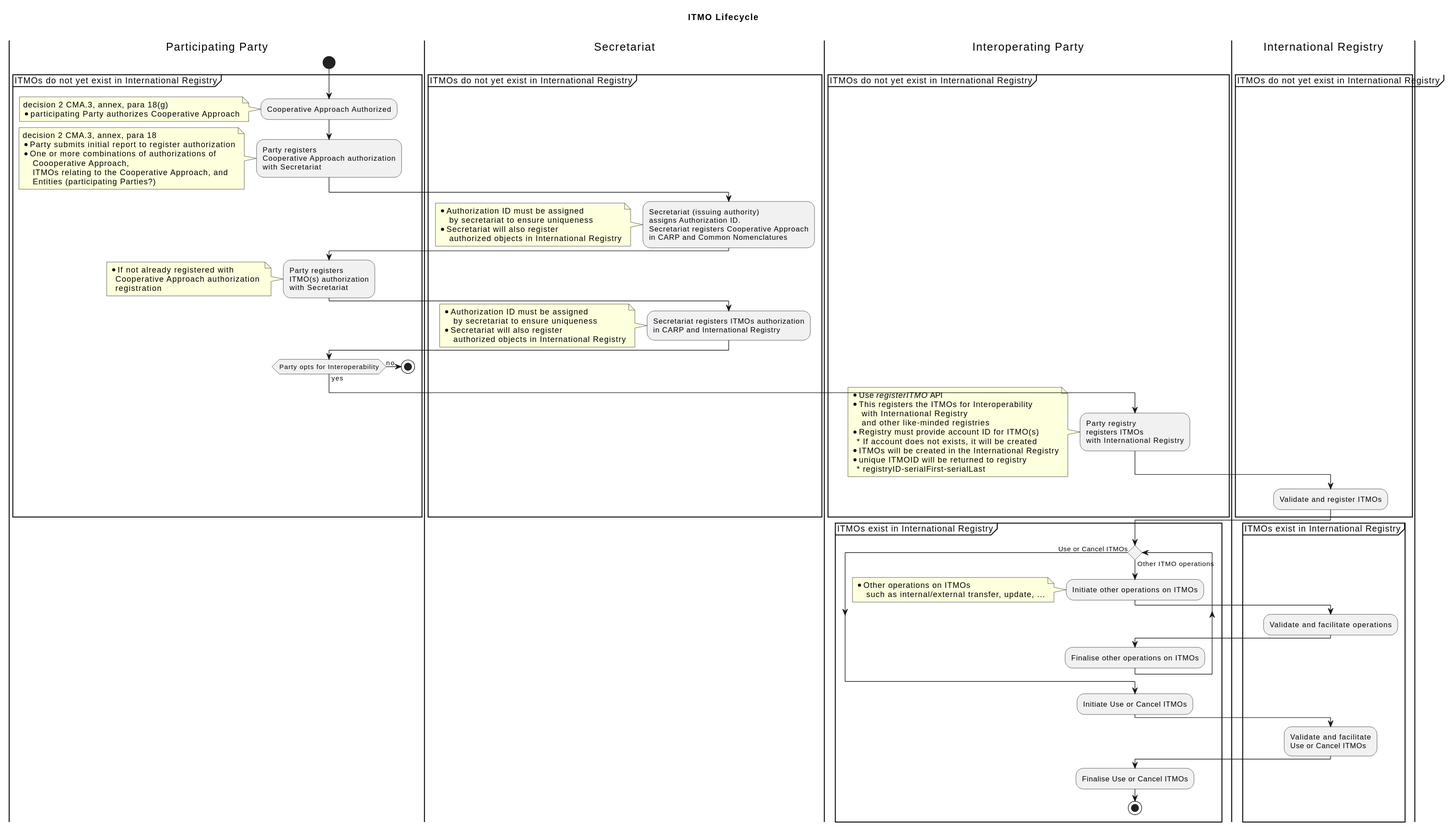
Above: diagrams/ITMO Lifecyle - activity.svg in frankcnng/CARP (PlantUML), before the change.
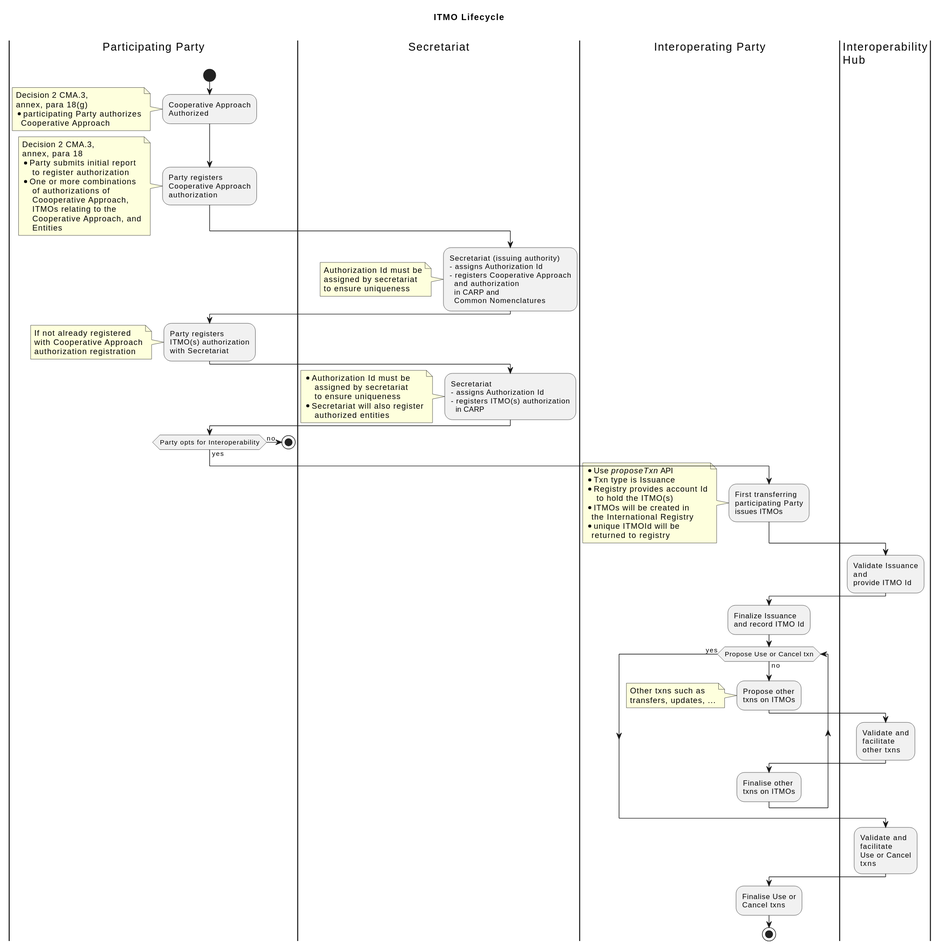
Above is the later version.

The edit, as a diff of the source:
```diff
@@ -4,108 +4,120 @@
 
 start
 
-partition ITMOs do not yet exist in International Registry {
 
-    :Cooperative Approach Authorized;
+    :Cooperative Approach\nAuthorized;
       note left
-        decision 2 CMA.3, annex, para 18(g)
-        * participating Party authorizes Cooperative Approach
+        Decision 2 CMA.3,
+        annex, para 18(g)
+        * participating Party authorizes
+          Cooperative Approach
       end note
 
     :Party registers
-    Cooperative Approach authorization
-    with Secretariat;
+    Cooperative Approach
+    authorization;
       note left
-        decision 2 CMA.3, annex, para 18
-        * Party submits initial report to register authorization
-        * One or more combinations of authorizations of
+        Decision 2 CMA.3,
+        annex, para 18
+        * Party submits initial report
+            to register authorization
+        * One or more combinations
+            of authorizations of
             Coooperative Approach,
-            ITMOs relating to the Cooperative Approach, and
-            Entities (participating Parties?)
+            ITMOs relating to the
+            Cooperative Approach, and
+            Entities
       end note
     |Secretariat|
     :Secretariat (issuing authority)
-    assigns Authorization ID.
-    Secretariat registers Cooperative Approach
-    in CARP and Common Nomenclatures;
+    - assigns Authorization Id
+    - registers Cooperative Approach
+      and authorization
+      in CARP and
+      Common Nomenclatures;
       note left
-        * Authorization ID must be assigned
-            by secretariat to ensure uniqueness
-        * Secretariat will also register
-            authorized objects in International Registry
+        Authorization Id must be
+        assigned by secretariat
+        to ensure uniqueness
       end note
     |Participating Party|
     :Party registers
     ITMO(s) authorization
     with Secretariat;
       note left
-          * If not already registered with
-            Cooperative Approach authorization
-            registration
+          If not already registered
+          with Cooperative Approach
+          authorization registration
       end note
 
     |Secretariat|
-    :Secretariat registers ITMOs authorization
-    in CARP and International Registry;
+    :Secretariat
+    - assigns Authorization Id
+    - registers ITMO(s) authorization
+      in CARP;
       note left
-        * Authorization ID must be assigned
-            by secretariat to ensure uniqueness
+        * Authorization Id must be
+            assigned by secretariat
+            to ensure uniqueness
         * Secretariat will also register
-            authorized objects in International Registry
+            authorized entities
       end note
 
     |Participating Party|
     if (Party opts for Interoperability) then (yes)
 
       |Interoperating Party|
-      :Party registry
-      registers ITMOs
-      with International Registry;
+      :First transferring\nparticipating Party\nissues ITMOs;
         note left
-        * Use //registerITMO// API
-        * This registers the ITMOs for Interoperability
-            with International Registry
-            and other like-minded registries
-        * Registry must provide account ID for ITMO(s)
-          * If account does not exists, it will be created
-        * ITMOs will be created in the International Registry
-        * unique ITMOID will be returned to registry
-          * registryID-serialFirst-serialLast
+        * Use //proposeTxn// API
+        * Txn type is Issuance
+        * Registry provides account Id
+            to hold the ITMO(s)
+        * ITMOs will be created in
+          the International Registry
+        * unique ITMOId will be
+          returned to registry
         end note
-      |International Registry|
-      :Validate and register ITMOs;
+      |Interoperability\nHub|
+      :Validate Issuance
+      and
+      provide ITMO Id;
 
       |Interoperating Party|
+      :Finalize Issuance
+      and record ITMO Id;
     else (no)
       |Participating Party|
       stop
 
   endif
-}
 
 |Interoperating Party|
-partition ITMOs exist in International Registry {
-
-  while () is (Other ITMO operations)
-
-    :Initiate other operations on ITMOs;
-      note left
-      * Other operations on ITMOs
-          such as internal/external transfer, update, ...
-      end note
-    |International Registry|
-    :Validate and facilitate operations;
-    |Interoperating Party|
-    :Finalise other operations on ITMOs;
-  endwhile (Use or Cancel ITMOs)
-    :Initiate Use or Cancel ITMOs;
-    |International Registry|
-    :Validate and facilitate
-    Use or Cancel ITMOs;
-    |Interoperating Party|
-    :Finalise Use or Cancel ITMOs;
-    stop
 
 
-}
+  while (Propose Use or Cancel txn) is (no)
+
+    :Propose other
+    txns on ITMOs;
+      note left
+      Other txns such as
+      transfers, updates, ...
+      end note
+    |Interoperability\nHub|
+    :Validate and
+    facilitate
+    other txns;
+    |Interoperating Party|
+    :Finalise other
+    txns on ITMOs;
+  endwhile (yes)
+    |Interoperability\nHub|
+    :Validate and
+    facilitate
+    Use or Cancel
+    txns;
+    |Interoperating Party|
+    :Finalise Use or
+    Cancel txns;
+    stop
 @enduml
```
